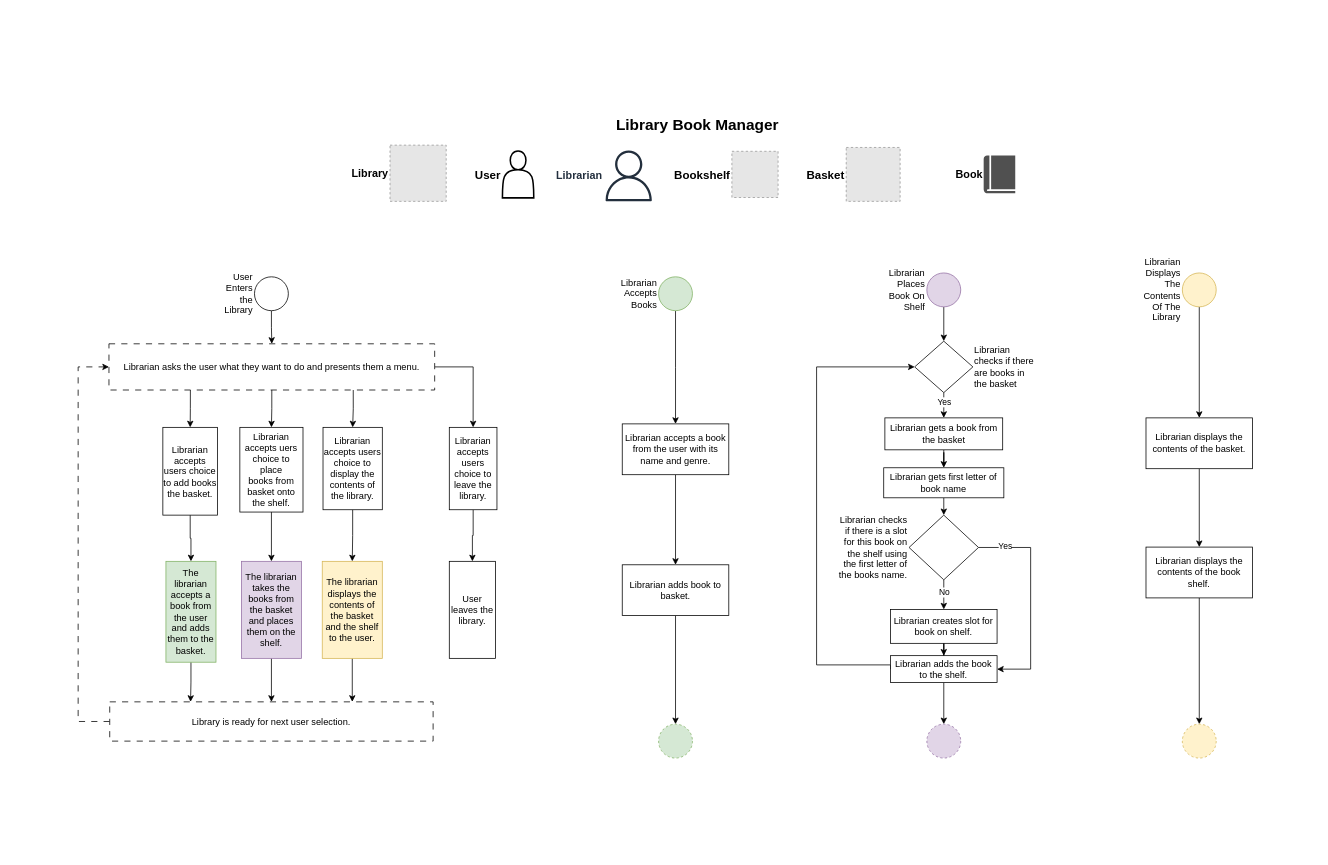
vishalpalaniappan/asp-adli-python keeps this draw.io diagram as page "libary-manager-design-v2" (4 of 5) of sample/LibraryManager.drawio. Above is the earlier version. Source tidied: cells renumbered, new cells numbered last; positions are measured from the earlier drawing's top-left corner, leaving out a move shared by most shapes. Both pictures are drawn from the tidied source at 77%, with x=0, y=0 at pixel (13, 13). Pictures stored in the file or linked from it are replaced by grey dashed boxes.
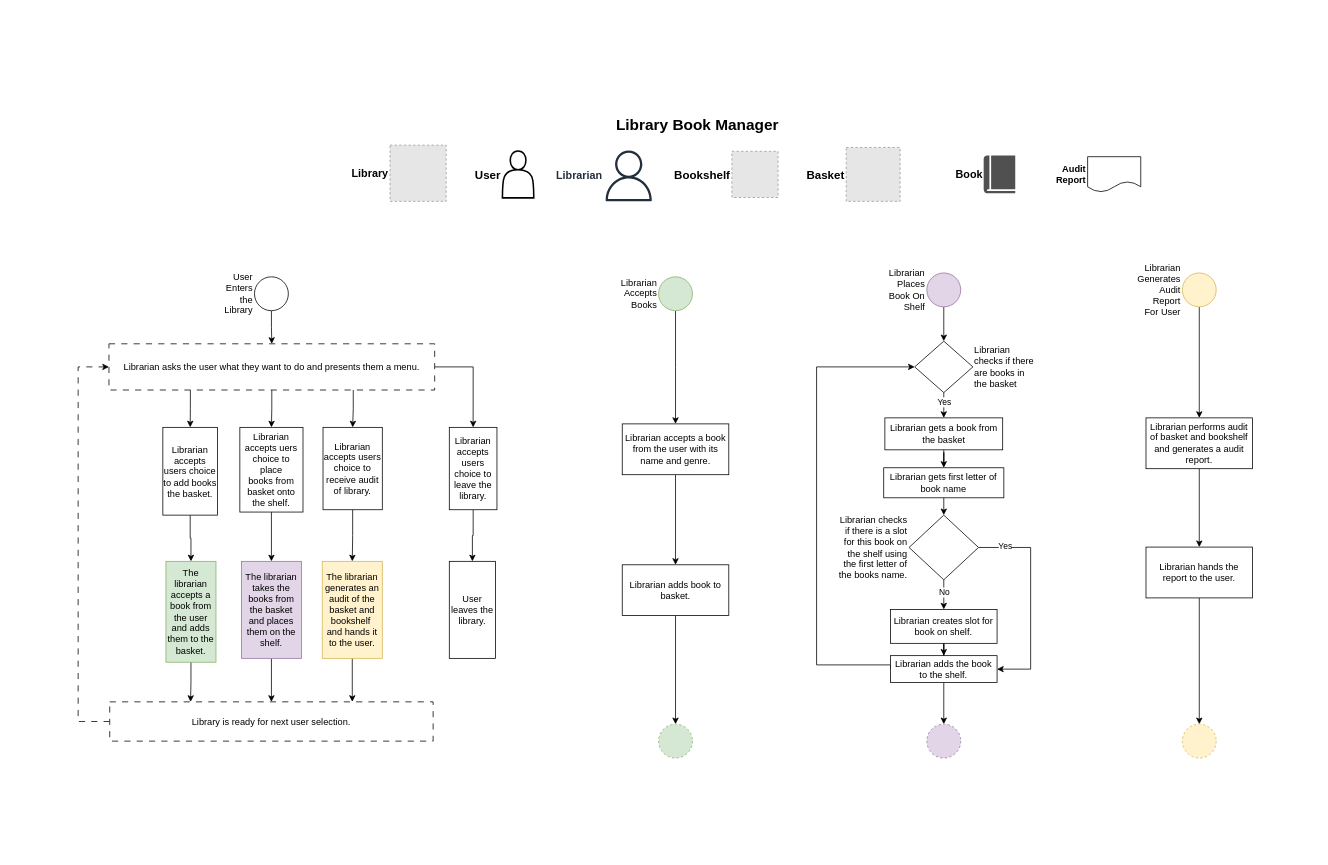
Above is the later version.

Commit message (it also covers changes not shown here):
Update system diagram to replace "display" selection with semantically meaningful behavior.

What changed in the source:
```diff
@@
     <mxCell id="2" style="rounded=0;whiteSpace=wrap;html=1;strokeColor=none;" parent="1" vertex="1">
-      <mxGeometry width="1687" height="1087" as="geometry" />
+      <mxGeometry x="4" y="2.5" width="1687" height="1087" as="geometry" />
     </mxCell>
@@
-    <mxCell id="26" value="Librarian accepts users choice to display the contents of the library." style="rounded=0;whiteSpace=wrap;html=1;" parent="1" vertex="1">
+    <mxCell id="26" value="Librarian accepts users choice to receive audit of library." style="rounded=0;whiteSpace=wrap;html=1;" parent="1" vertex="1">
       <mxGeometry x="402" y="537.5" width="77" height="107" as="geometry" />
     </mxCell>
@@
-    <mxCell id="32" value="The librarian displays the contents of the basket and the shelf to the user." style="rounded=0;whiteSpace=wrap;html=1;fillColor=#fff2cc;strokeColor=#d6b656;" parent="1" vertex="1">
+    <mxCell id="32" value="The librarian generates an audit of the basket and bookshelf&amp;nbsp; and hands it to the user." style="rounded=0;whiteSpace=wrap;html=1;fillColor=#fff2cc;strokeColor=#d6b656;" parent="1" vertex="1">
       <mxGeometry x="401" y="711.5" width="78" height="126" as="geometry" />
     </mxCell>
@@
-    <mxCell id="61" value="Librarian Displays The Contents Of The Library" style="ellipse;whiteSpace=wrap;html=1;labelPosition=left;verticalLabelPosition=middle;align=right;verticalAlign=middle;fillColor=#fff2cc;strokeColor=#d6b656;" parent="1" vertex="1">
+    <mxCell id="61" value="Librarian Generates Audit Report For User" style="ellipse;whiteSpace=wrap;html=1;labelPosition=left;verticalLabelPosition=middle;align=right;verticalAlign=middle;fillColor=#fff2cc;strokeColor=#d6b656;" parent="1" vertex="1">
       <mxGeometry x="1518" y="337" width="44" height="44" as="geometry" />
     </mxCell>
@@
-    <mxCell id="63" value="Librarian displays the contents of the basket." style="rounded=0;whiteSpace=wrap;html=1;" parent="1" vertex="1">
+    <mxCell id="63" value="Librarian performs audit of basket and bookshelf and generates a audit report." style="rounded=0;whiteSpace=wrap;html=1;" parent="1" vertex="1">
       <mxGeometry x="1470.8" y="525.2" width="138.4" height="66" as="geometry" />
     </mxCell>
@@
-    <mxCell id="65" value="Librarian displays the contents of the book shelf." style="rounded=0;whiteSpace=wrap;html=1;" parent="1" vertex="1">
+    <mxCell id="65" value="Librarian hands the report to the user." style="rounded=0;whiteSpace=wrap;html=1;" parent="1" vertex="1">
       <mxGeometry x="1470.8" y="693" width="138.4" height="66" as="geometry" />
     </mxCell>
@@
+    <mxCell id="69" value="&lt;b&gt;Audit&lt;/b&gt;&lt;div&gt;&lt;b&gt;Report&lt;/b&gt;&lt;/div&gt;" style="shape=document;whiteSpace=wrap;html=1;boundedLbl=1;labelPosition=left;verticalLabelPosition=middle;align=right;verticalAlign=middle;" parent="1" vertex="1">
+      <mxGeometry x="1395" y="186" width="69" height="46" as="geometry" />
+    </mxCell>
```
